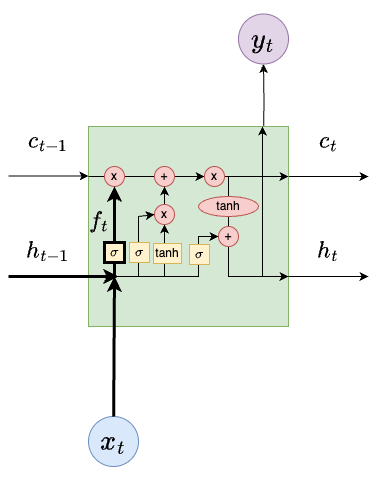
Earlier version of the draw.io export ds701_book/drawio/ForgetLayer.png (tools4ds/DS701-Course-Notes). Source tidied: cells renumbered, new cells last; positions are measured from the earlier drawing's top-left corner, leaving out a move shared by most shapes.
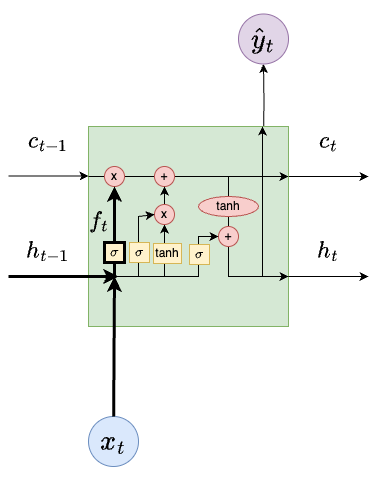
Above is the later version.

Change to the diagram source:
```diff
@@ -15,7 +15,7 @@
     <mxCell id="4" style="whiteSpace=wrap;html=1;fillColor=#d5e8d4;strokeColor=#82b366;fontSize=30;fontStyle=1;" parent="1" vertex="1">
       <mxGeometry x="80" y="112" width="200" height="200" as="geometry" />
     </mxCell>
-    <mxCell id="5" value="&lt;font style=&quot;font-size: 24px;&quot;&gt;$$y_t$$&lt;/font&gt;" style="ellipse;whiteSpace=wrap;html=1;fillColor=#e1d5e7;strokeColor=#9673a6;" parent="1" vertex="1">
+    <mxCell id="5" value="&lt;font style=&quot;font-size: 24px;&quot;&gt;$$\hat{y}_t$$&lt;/font&gt;" style="ellipse;whiteSpace=wrap;html=1;fillColor=#e1d5e7;strokeColor=#9673a6;" parent="1" vertex="1">
       <mxGeometry x="230" y="-0.5" width="50" height="50" as="geometry" />
     </mxCell>
     <mxCell id="6" value="&lt;font style=&quot;font-size: 24px;&quot;&gt;$$x_t$$&lt;/font&gt;" style="ellipse;whiteSpace=wrap;html=1;fillColor=#dae8fc;strokeColor=#6c8ebf;" parent="1" vertex="1">
@@ -32,8 +32,10 @@
         <mxPoint x="80" y="162" as="sourcePoint" />
       </mxGeometry>
     </mxCell>
-    <mxCell id="9" style="edgeStyle=orthogonalEdgeStyle;rounded=0;jettySize=auto;html=1;strokeWidth=1;" parent="1" edge="1" source="10" target="34">
-      <mxGeometry relative="1" as="geometry" />
+    <mxCell id="9" style="edgeStyle=orthogonalEdgeStyle;rounded=0;jettySize=auto;html=1;strokeWidth=1;endArrow=none;endFill=0;" parent="1" edge="1" source="10">
+      <mxGeometry relative="1" as="geometry">
+        <mxPoint x="196" y="162" as="targetPoint" />
+      </mxGeometry>
     </mxCell>
     <mxCell id="10" value="x" style="ellipse;whiteSpace=wrap;html=1;fillColor=#f8cecc;strokeColor=#b85450;fontStyle=0;" parent="1" vertex="1">
       <mxGeometry x="96" y="152" width="20" height="20" as="geometry" />
@@ -134,9 +136,6 @@
     <mxCell id="33" value="$$\sigma$$" style="whiteSpace=wrap;html=1;fillColor=#fff2cc;strokeColor=#d6b656;" parent="1" vertex="1">
       <mxGeometry x="181" y="230" width="20" height="20" as="geometry" />
     </mxCell>
-    <mxCell id="34" value="x" style="ellipse;whiteSpace=wrap;html=1;fillColor=#f8cecc;strokeColor=#b85450;fontStyle=0;" parent="1" vertex="1">
-      <mxGeometry x="196" y="152" width="20" height="20" as="geometry" />
-    </mxCell>
     <mxCell id="35" style="edgeStyle=orthogonalEdgeStyle;rounded=0;orthogonalLoop=1;jettySize=auto;html=1;exitX=1;exitY=0.25;exitDx=0;exitDy=0;entryX=0;entryY=0.25;entryDx=0;entryDy=0;strokeWidth=1;" parent="1" edge="1">
       <mxGeometry relative="1" as="geometry">
         <mxPoint y="161.5" as="sourcePoint" />
```
